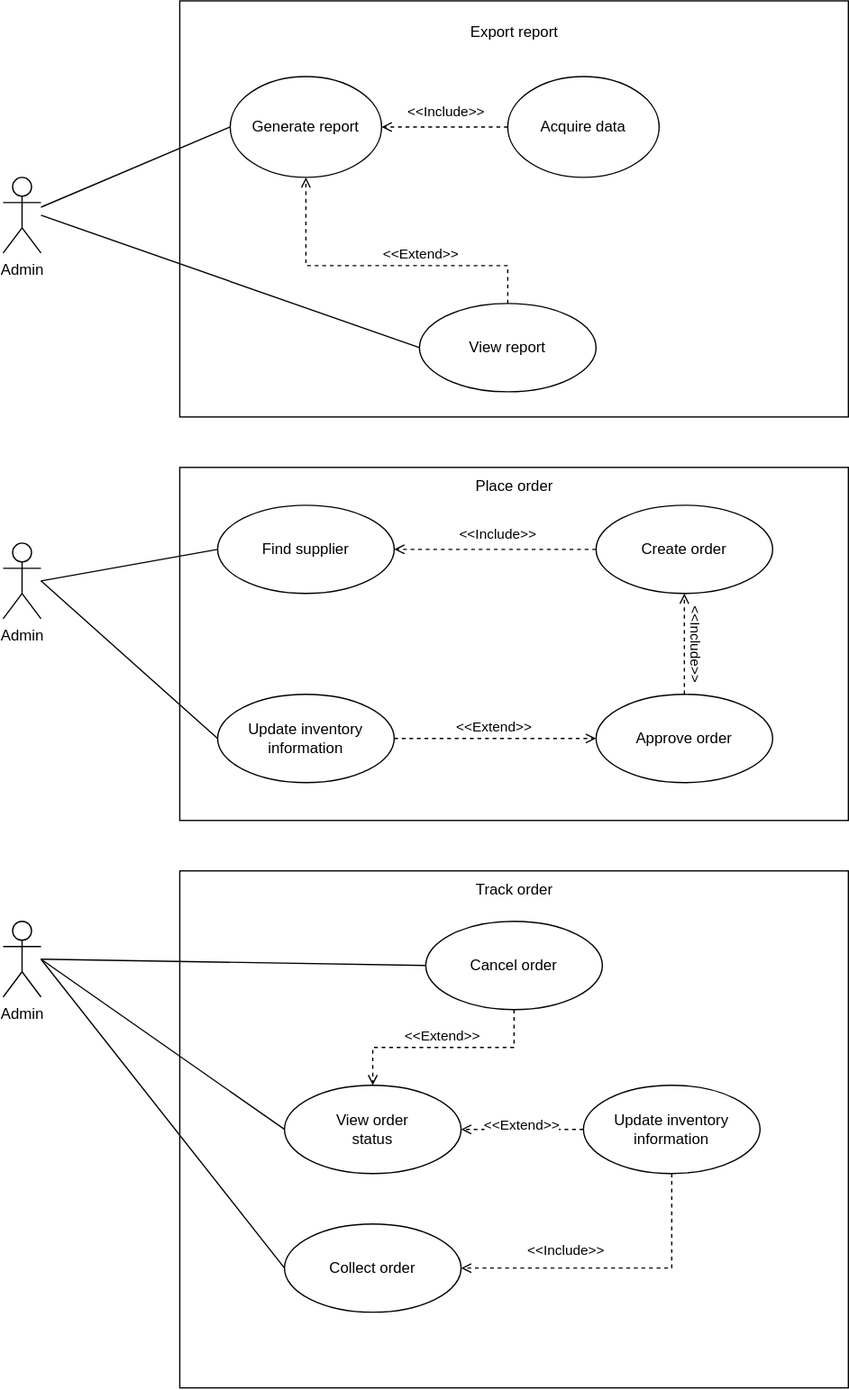
Simamkele88/IFM3_GP keeps this draw.io diagram as Untitled Diagram.drawio.svg. Above is the earlier version. Source tidied: cells renumbered, new cells last; positions are measured from the earlier drawing's top-left corner, leaving out a move shared by most shapes.
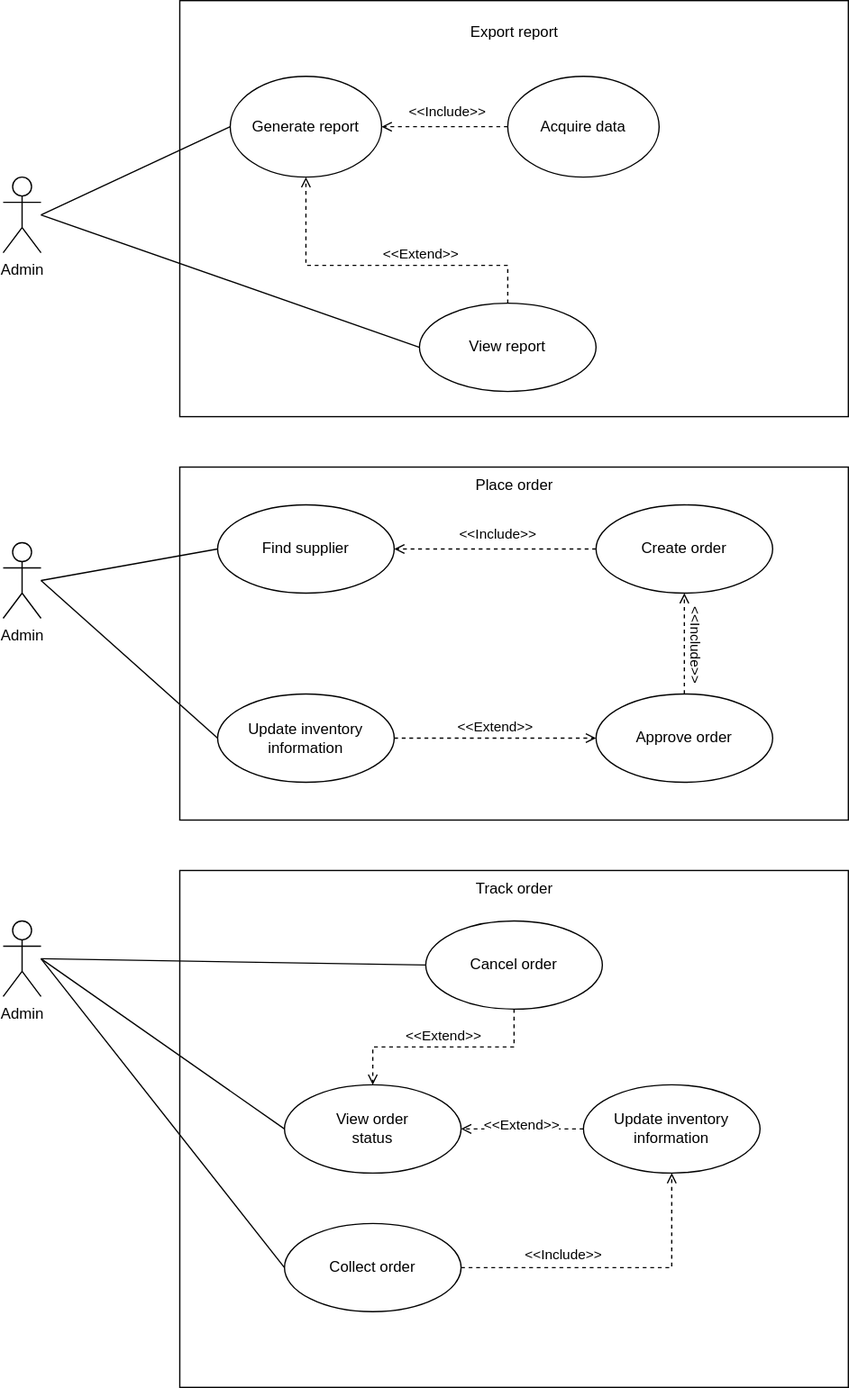
The same file after the commit.

What changed in the source:
```diff
@@ -25,8 +25,10 @@
     <mxCell id="8" value="Admin" style="shape=umlActor;verticalLabelPosition=bottom;verticalAlign=top;html=1;outlineConnect=0;" parent="1" vertex="1">
       <mxGeometry y="140" width="30" height="60" as="geometry" />
     </mxCell>
-    <mxCell id="9" style="endArrow=none;html=1;rounded=0;entryX=0;entryY=0.5;entryDx=0;entryDy=0;" parent="1" edge="1" source="8" target="7">
-      <mxGeometry relative="1" as="geometry" />
+    <mxCell id="9" style="endArrow=none;html=1;rounded=0;entryX=0;entryY=0.5;entryDx=0;entryDy=0;" parent="1" edge="1" target="7">
+      <mxGeometry relative="1" as="geometry">
+        <mxPoint x="30" y="170" as="sourcePoint" />
+      </mxGeometry>
     </mxCell>
     <mxCell id="10" style="rounded=0;jettySize=auto;html=1;dashed=1;endArrow=open;endFill=0;entryX=0.5;entryY=1;entryDx=0;entryDy=0;edgeStyle=orthogonalEdgeStyle;" parent="1" edge="1" source="12" target="7">
       <mxGeometry relative="1" as="geometry">
@@ -119,7 +121,7 @@
     <mxCell id="33" value="Collect order" style="ellipse;whiteSpace=wrap;html=1;" parent="1" vertex="1">
       <mxGeometry x="223" y="970" width="140" height="70" as="geometry" />
     </mxCell>
-    <mxCell id="34" style="rounded=0;jettySize=auto;html=1;dashed=1;endArrow=open;endFill=0;entryX=1;entryY=0.5;entryDx=0;entryDy=0;edgeStyle=orthogonalEdgeStyle;exitX=0.5;exitY=1;exitDx=0;exitDy=0;" parent="1" edge="1" source="38" target="33">
+    <mxCell id="34" style="rounded=0;jettySize=auto;html=1;dashed=1;endArrow=open;endFill=0;edgeStyle=orthogonalEdgeStyle;exitX=1;exitY=0.5;exitDx=0;exitDy=0;entryX=0.5;entryY=1;entryDx=0;entryDy=0;" parent="1" edge="1" source="33" target="38">
       <mxGeometry relative="1" as="geometry" />
     </mxCell>
     <mxCell id="35" value="&amp;lt;&amp;lt;Include&amp;gt;&amp;gt;" style="edgeLabel;html=1;align=center;verticalAlign=middle;rotation=0;" parent="34" vertex="1">
```
